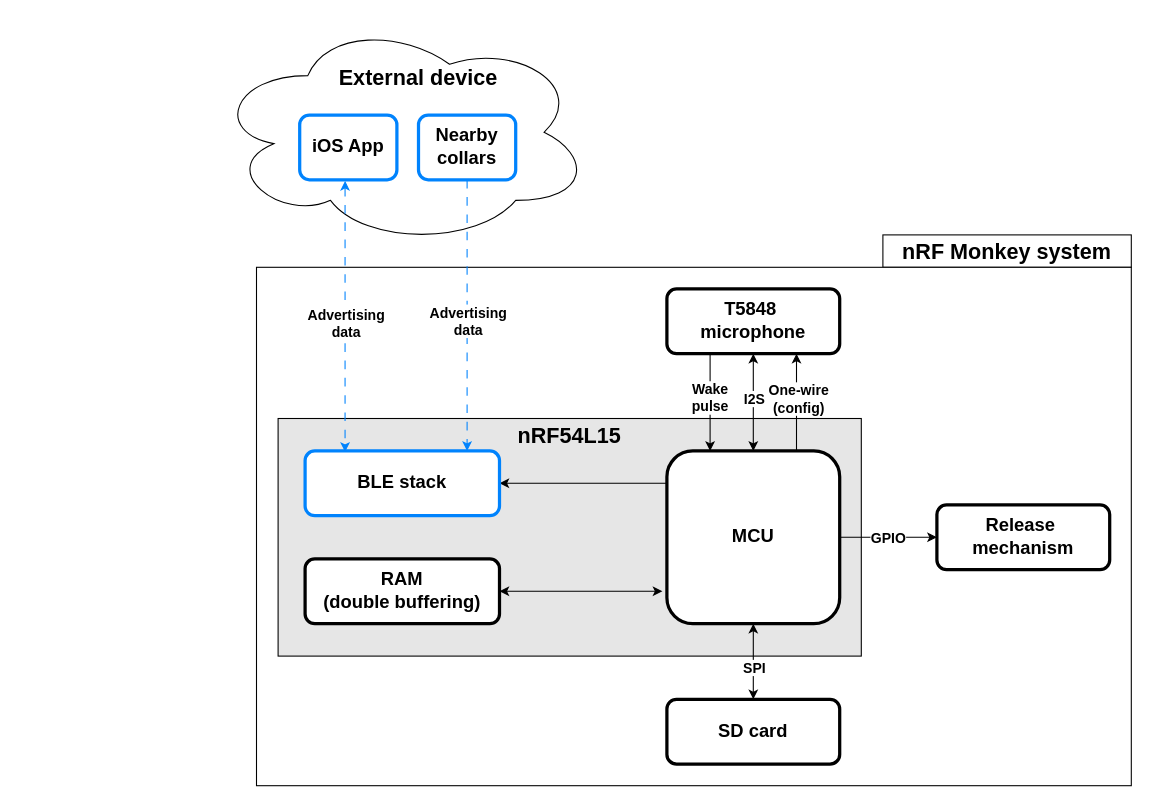
Earlier version of the draw.io diagram 01-Report/diagram/overview.drawio (DrinkDark/Master_TM_DataCollar). Source tidied: cells renumbered, new cells numbered last; positions are measured from the earlier drawing's top-left corner, leaving out a move shared by most shapes. Both pictures are drawn from the tidied source at 108%, with x=0, y=0 at pixel (213, 18).
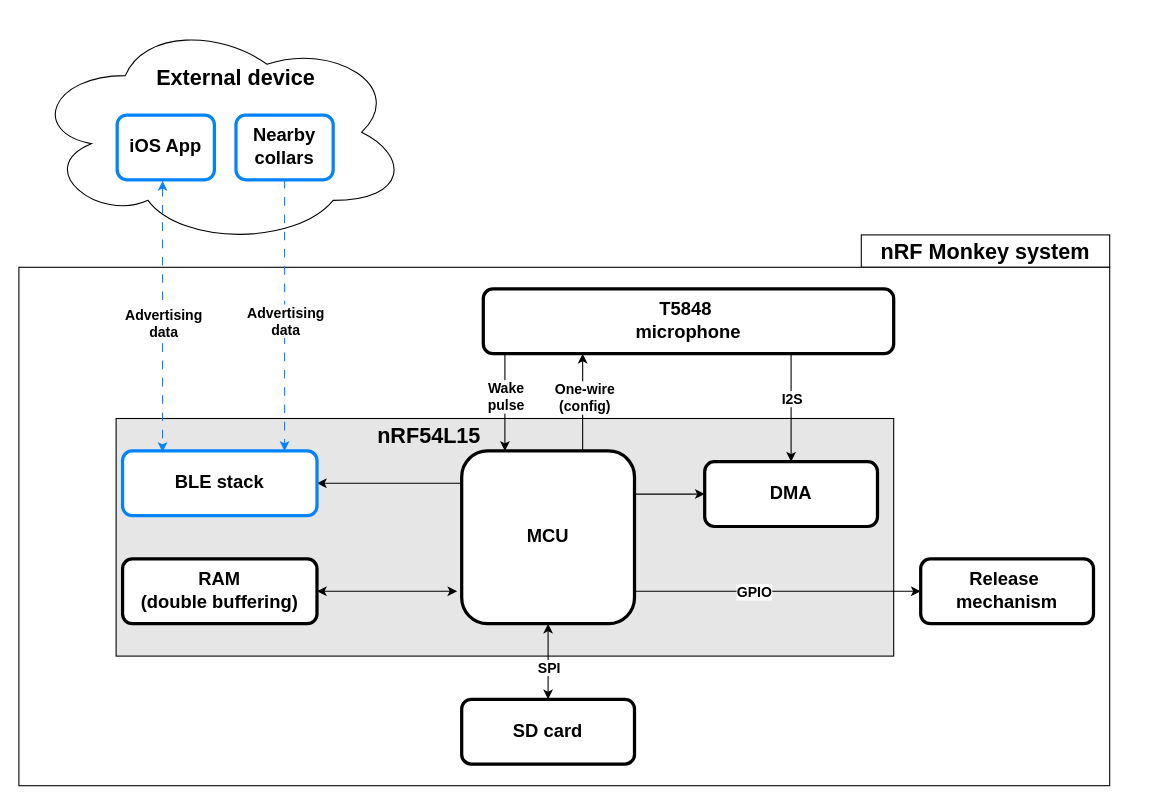
Above is the later version.

Diff of the diagram source:
```diff
@@
     <mxCell id="2" style="rounded=0;whiteSpace=wrap;html=1;" parent="1" vertex="1">
-      <mxGeometry x="620" y="200" width="230" height="30" as="geometry" />
+      <mxGeometry x="600" y="200" width="230" height="30" as="geometry" />
     </mxCell>
     <mxCell id="3" style="rounded=0;whiteSpace=wrap;html=1;" parent="1" vertex="1">
-      <mxGeometry x="40" y="230" width="810" height="480" as="geometry" />
+      <mxGeometry x="-180" y="230" width="1010" height="480" as="geometry" />
     </mxCell>
     <mxCell id="4" style="rounded=0;whiteSpace=wrap;html=1;fillColor=#E6E6E6;strokeWidth=1;strokeColor=default;" parent="1" vertex="1">
-      <mxGeometry x="60" y="370" width="540" height="220" as="geometry" />
+      <mxGeometry x="-90" y="370" width="720" height="220" as="geometry" />
     </mxCell>
     <mxCell id="5" style="ellipse;shape=cloud;whiteSpace=wrap;html=1;" parent="1" vertex="1">
-      <mxGeometry width="350" height="210" as="geometry" />
+      <mxGeometry x="-169" width="350" height="210" as="geometry" />
     </mxCell>
-    <mxCell id="6" style="edgeStyle=orthogonalEdgeStyle;rounded=0;jettySize=auto;html=1;entryX=0.5;entryY=1;entryDx=0;entryDy=0;startArrow=classic;startFill=1;endArrow=classic;endFill=1;" parent="1" edge="1" source="13" target="16">
-      <mxGeometry relative="1" as="geometry" />
-    </mxCell>
-    <mxCell id="7" value="&lt;font style=&quot;font-size: 13px;&quot;&gt;&lt;b&gt;I2S&lt;/b&gt;&lt;/font&gt;" style="edgeLabel;html=1;align=center;verticalAlign=middle;" parent="6" vertex="1">
-      <mxGeometry x="0.17" y="-1" relative="1" as="geometry">
-        <mxPoint x="-1" y="4" as="offset" />
-      </mxGeometry>
-    </mxCell>
-    <mxCell id="8" style="edgeStyle=orthogonalEdgeStyle;rounded=0;jettySize=auto;html=1;exitX=0.75;exitY=0;exitDx=0;exitDy=0;entryX=0.75;entryY=1;entryDx=0;entryDy=0;" parent="1" edge="1" source="13" target="16">
-      <mxGeometry relative="1" as="geometry" />
+    <mxCell id="8" style="edgeStyle=orthogonalEdgeStyle;rounded=0;orthogonalLoop=1;jettySize=auto;html=1;exitX=0.75;exitY=0;exitDx=0;exitDy=0;entryX=0.75;entryY=1;entryDx=0;entryDy=0;" parent="1" edge="1">
+      <mxGeometry relative="1" as="geometry">
+        <mxPoint x="342" y="400" as="sourcePoint" />
+        <mxPoint x="342" y="310" as="targetPoint" />
+      </mxGeometry>
     </mxCell>
     <mxCell id="9" value="&lt;font style=&quot;font-size: 13px;&quot;&gt;&lt;b&gt;One-wire&lt;br&gt;(config)&lt;/b&gt;&lt;/font&gt;" style="edgeLabel;html=1;align=center;verticalAlign=middle;" parent="8" vertex="1">
       <mxGeometry x="0.03" y="-1" relative="1" as="geometry">
-        <mxPoint y="-3" as="offset" />
+        <mxPoint y="-4" as="offset" />
       </mxGeometry>
     </mxCell>
     <mxCell id="10" style="edgeStyle=orthogonalEdgeStyle;rounded=0;jettySize=auto;html=1;exitX=1;exitY=0.5;exitDx=0;exitDy=0;entryX=0;entryY=0.5;entryDx=0;entryDy=0;" parent="1" edge="1" source="13" target="20">
-      <mxGeometry relative="1" as="geometry" />
+      <mxGeometry relative="1" as="geometry">
+        <Array as="points">
+          <mxPoint x="390" y="530" />
+        </Array>
+      </mxGeometry>
     </mxCell>
@@
     <mxCell id="12" style="edgeStyle=orthogonalEdgeStyle;rounded=0;jettySize=auto;html=1;exitX=0;exitY=0.5;exitDx=0;exitDy=0;entryX=1;entryY=0.5;entryDx=0;entryDy=0;" parent="1" edge="1" source="13" target="21">
       <mxGeometry relative="1" as="geometry">
         <Array as="points">
-          <mxPoint x="420" y="430" />
+          <mxPoint x="270" y="480" />
+          <mxPoint x="270" y="430" />
         </Array>
       </mxGeometry>
     </mxCell>
+    <mxCell id="33" style="edgeStyle=orthogonalEdgeStyle;rounded=0;jettySize=auto;html=1;exitX=1;exitY=0.25;exitDx=0;exitDy=0;entryX=0;entryY=0.5;entryDx=0;entryDy=0;" parent="1" edge="1" source="13" target="35">
+      <mxGeometry relative="1" as="geometry" />
+    </mxCell>
     <mxCell id="13" value="&lt;font style=&quot;font-size: 17px;&quot;&gt;&lt;b style=&quot;&quot;&gt;MCU&lt;/b&gt;&lt;/font&gt;" style="rounded=1;whiteSpace=wrap;html=1;strokeWidth=3;" parent="1" vertex="1">
-      <mxGeometry x="420" y="400" width="160" height="160" as="geometry" />
+      <mxGeometry x="230" y="400" width="160" height="160" as="geometry" />
     </mxCell>
-    <mxCell id="14" style="edgeStyle=orthogonalEdgeStyle;rounded=0;jettySize=auto;html=1;exitX=0.25;exitY=1;exitDx=0;exitDy=0;entryX=0.25;entryY=0;entryDx=0;entryDy=0;" parent="1" edge="1" source="16" target="13">
-      <mxGeometry relative="1" as="geometry" />
+    <mxCell id="14" style="edgeStyle=orthogonalEdgeStyle;rounded=0;jettySize=auto;html=1;exitX=0.25;exitY=1;exitDx=0;exitDy=0;entryX=0.25;entryY=0;entryDx=0;entryDy=0;" parent="1" edge="1" target="13">
+      <mxGeometry relative="1" as="geometry">
+        <mxPoint x="291.2" y="310" as="sourcePoint" />
+        <Array as="points">
+          <mxPoint x="270" y="310" />
+        </Array>
+      </mxGeometry>
     </mxCell>
     <mxCell id="15" value="Wake&lt;div&gt;pulse&lt;/div&gt;" style="edgeLabel;html=1;align=center;verticalAlign=middle;fontSize=13;fontStyle=1;" parent="14" vertex="1">
       <mxGeometry x="-0.33" y="-1" relative="1" as="geometry">
-        <mxPoint y="10" as="offset" />
+        <mxPoint x="1" y="24" as="offset" />
       </mxGeometry>
     </mxCell>
+    <mxCell id="34" style="edgeStyle=orthogonalEdgeStyle;rounded=0;jettySize=auto;html=1;exitX=0.75;exitY=1;exitDx=0;exitDy=0;entryX=0.5;entryY=0;entryDx=0;entryDy=0;" parent="1" edge="1" source="16" target="35">
+      <mxGeometry relative="1" as="geometry" />
+    </mxCell>
+    <mxCell id="7" value="&lt;font style=&quot;font-size: 13px;&quot;&gt;&lt;b&gt;I2S&lt;/b&gt;&lt;/font&gt;" style="edgeLabel;html=1;align=center;verticalAlign=middle;" parent="34" vertex="1">
+      <mxGeometry x="-0.09" y="-2" relative="1" as="geometry">
+        <mxPoint x="2" y="-5" as="offset" />
+      </mxGeometry>
+    </mxCell>
     <mxCell id="16" value="&lt;font style=&quot;font-size: 17px;&quot;&gt;&lt;b style=&quot;&quot;&gt;T5848&amp;nbsp;&lt;/b&gt;&lt;/font&gt;&lt;div&gt;&lt;font style=&quot;font-size: 17px;&quot;&gt;&lt;b style=&quot;&quot;&gt;microphone&lt;/b&gt;&lt;/font&gt;&lt;/div&gt;" style="rounded=1;whiteSpace=wrap;html=1;strokeWidth=3;" parent="1" vertex="1">
-      <mxGeometry x="420" y="250" width="160" height="60" as="geometry" />
+      <mxGeometry x="250" y="250" width="380" height="60" as="geometry" />
     </mxCell>
     <mxCell id="17" value="&lt;font style=&quot;font-size: 17px;&quot;&gt;&lt;b style=&quot;&quot;&gt;SD card&lt;/b&gt;&lt;/font&gt;" style="rounded=1;whiteSpace=wrap;html=1;strokeWidth=3;" parent="1" vertex="1">
-      <mxGeometry x="420" y="630" width="160" height="60" as="geometry" />
+      <mxGeometry x="230" y="630" width="160" height="60" as="geometry" />
     </mxCell>
     <mxCell id="18" style="edgeStyle=orthogonalEdgeStyle;rounded=0;jettySize=auto;html=1;startArrow=classic;startFill=1;endArrow=classic;endFill=1;exitX=0.5;exitY=0;exitDx=0;exitDy=0;" parent="1" edge="1" source="17">
       <mxGeometry relative="1" as="geometry">
-        <mxPoint x="500" y="560" as="targetPoint" />
+        <mxPoint x="310" y="560" as="targetPoint" />
       </mxGeometry>
     </mxCell>
@@
     <mxCell id="20" value="&lt;font style=&quot;font-size: 17px;&quot;&gt;&lt;b style=&quot;&quot;&gt;Release&amp;nbsp;&lt;/b&gt;&lt;/font&gt;&lt;div&gt;&lt;font style=&quot;font-size: 17px;&quot;&gt;&lt;b style=&quot;&quot;&gt;mechanism&lt;/b&gt;&lt;/font&gt;&lt;/div&gt;" style="rounded=1;whiteSpace=wrap;html=1;strokeColor=#000000;strokeWidth=3;" parent="1" vertex="1">
-      <mxGeometry x="670" y="450" width="160" height="60" as="geometry" />
+      <mxGeometry x="655" y="500" width="160" height="60" as="geometry" />
     </mxCell>
     <mxCell id="21" value="&lt;b style=&quot;&quot;&gt;&lt;font style=&quot;font-size: 17px;&quot;&gt;BLE stack&lt;/font&gt;&lt;/b&gt;" style="rounded=1;whiteSpace=wrap;html=1;strokeColor=#0083fd;strokeWidth=3;" parent="1" vertex="1">
-      <mxGeometry x="85" y="400" width="180" height="60" as="geometry" />
+      <mxGeometry x="-84" y="400" width="180" height="60" as="geometry" />
     </mxCell>
     <mxCell id="22" value="&lt;font style=&quot;font-size: 20px;&quot;&gt;&lt;b style=&quot;&quot;&gt;External device&lt;/b&gt;&lt;/font&gt;" style="text;html=1;align=center;verticalAlign=middle;whiteSpace=wrap;rounded=0;" parent="1" vertex="1">
-      <mxGeometry x="100" y="39" width="180" height="30" as="geometry" />
+      <mxGeometry x="-69" y="39" width="180" height="30" as="geometry" />
     </mxCell>
     <mxCell id="23" value="&lt;b style=&quot;&quot;&gt;&lt;font style=&quot;font-size: 17px;&quot;&gt;iOS App&lt;/font&gt;&lt;/b&gt;" style="rounded=1;whiteSpace=wrap;html=1;strokeColor=#0083fd;strokeWidth=3;" parent="1" vertex="1">
-      <mxGeometry x="80" y="89" width="90" height="60" as="geometry" />
+      <mxGeometry x="-89" y="89" width="90" height="60" as="geometry" />
     </mxCell>
     <mxCell id="24" style="edgeStyle=orthogonalEdgeStyle;rounded=0;jettySize=auto;html=1;exitX=0.5;exitY=1;exitDx=0;exitDy=0;strokeColor=#0083fd;dashed=1;dashPattern=8 8;" parent="1" edge="1" source="26">
       <mxGeometry relative="1" as="geometry">
-        <mxPoint x="235" y="400" as="targetPoint" />
+        <mxPoint x="66" y="400" as="targetPoint" />
       </mxGeometry>
     </mxCell>
@@
     <mxCell id="26" value="&lt;b style=&quot;&quot;&gt;&lt;font style=&quot;font-size: 17px;&quot;&gt;Nearby collars&lt;/font&gt;&lt;/b&gt;" style="rounded=1;whiteSpace=wrap;html=1;strokeColor=#0083fd;strokeWidth=3;" parent="1" vertex="1">
-      <mxGeometry x="190" y="89" width="90" height="60" as="geometry" />
+      <mxGeometry x="21" y="89" width="90" height="60" as="geometry" />
     </mxCell>
     <mxCell id="27" value="nRF54L15" style="text;html=1;align=center;verticalAlign=middle;whiteSpace=wrap;rounded=0;fontSize=20;fontStyle=1;" parent="1" vertex="1">
-      <mxGeometry x="260" y="370" width="140" height="30" as="geometry" />
+      <mxGeometry x="130" y="370" width="140" height="30" as="geometry" />
     </mxCell>
     <mxCell id="28" value="&lt;b style=&quot;&quot;&gt;&lt;font style=&quot;font-size: 17px;&quot;&gt;RAM&lt;/font&gt;&lt;/b&gt;&lt;div&gt;&lt;span style=&quot;font-size: 17px;&quot;&gt;&lt;b&gt;(double buffering)&lt;/b&gt;&lt;/span&gt;&lt;/div&gt;" style="rounded=1;whiteSpace=wrap;html=1;strokeColor=#000000;strokeWidth=3;" parent="1" vertex="1">
-      <mxGeometry x="85" y="500" width="180" height="60" as="geometry" />
+      <mxGeometry x="-84" y="500" width="180" height="60" as="geometry" />
     </mxCell>
@@
     <mxCell id="30" value="&lt;font style=&quot;font-size: 20px;&quot;&gt;&lt;b&gt;nRF Monkey system&lt;/b&gt;&lt;/font&gt;" style="text;html=1;align=center;verticalAlign=middle;whiteSpace=wrap;rounded=0;" parent="1" vertex="1">
-      <mxGeometry x="630" y="200" width="210" height="30" as="geometry" />
+      <mxGeometry x="610" y="200" width="210" height="30" as="geometry" />
     </mxCell>
     <mxCell id="31" style="edgeStyle=orthogonalEdgeStyle;rounded=0;orthogonalLoop=1;jettySize=auto;html=1;exitX=0.5;exitY=1;exitDx=0;exitDy=0;strokeColor=#0083fd;dashed=1;dashPattern=8 8;startArrow=classic;startFill=1;" parent="1" edge="1">
       <mxGeometry relative="1" as="geometry">
-        <mxPoint x="122" y="150" as="sourcePoint" />
-        <mxPoint x="122" y="401" as="targetPoint" />
+        <mxPoint x="-47" y="150" as="sourcePoint" />
+        <mxPoint x="-47" y="401" as="targetPoint" />
       </mxGeometry>
     </mxCell>
@@
+    <mxCell id="35" value="&lt;span style=&quot;font-size: 17px;&quot;&gt;&lt;b&gt;DMA&lt;br&gt;&lt;/b&gt;&lt;/span&gt;" style="rounded=1;whiteSpace=wrap;html=1;strokeColor=#000000;strokeWidth=3;" parent="1" vertex="1">
+      <mxGeometry x="455" y="410" width="160" height="60" as="geometry" />
+    </mxCell>
```
